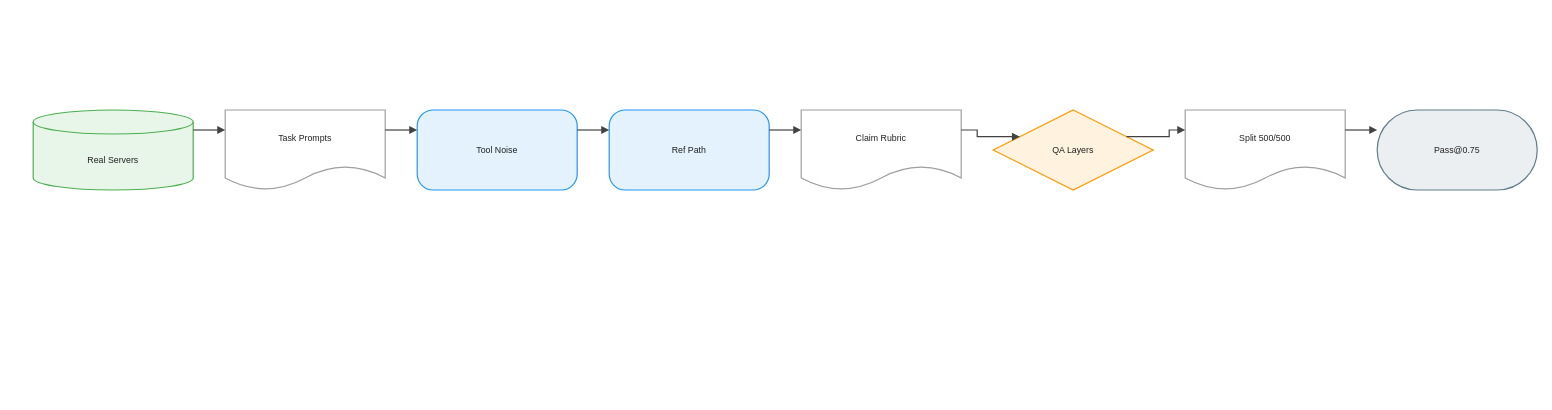
joe1chief/benchmark-hub keeps this draw.io diagram as client/public/drawio/MCP-Atlas/MCP-Atlas.en.drawio. Above is the earlier version. Source tidied: cells renumbered, new cells numbered last; positions are measured from the earlier drawing's top-left corner, leaving out a move shared by most shapes. Both pictures are drawn from the tidied source at 80%, with x=0, y=0 at pixel (33, 110).
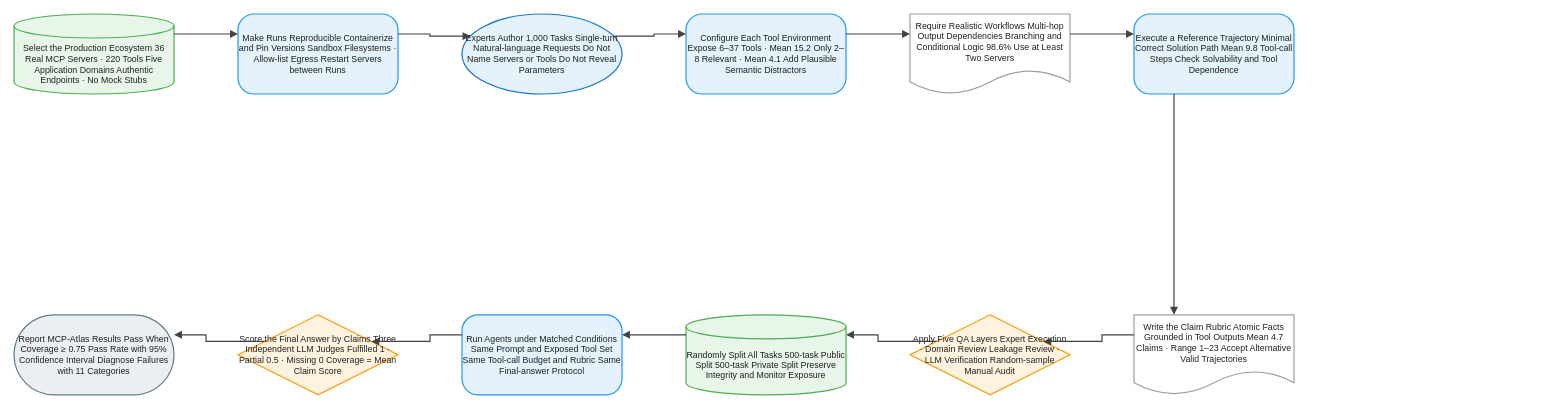
Above is the later version.

The edit, as a diff of the source:
```diff
@@
-    <mxCell id="2" value="Real Servers" style="shape=cylinder3;boundedLbl=1;backgroundOutline=1;size=15;html=1;whiteSpace=wrap;fillColor=#E8F5E9;strokeColor=#4CAF50;strokeWidth=1.5;fontColor=#212121;fontSize=11;fontFamily=Arial, Helvetica, sans-serif;verticalAlign=middle;align=center;" parent="1" vertex="1">
-      <mxGeometry width="200" height="100" as="geometry" />
+    <mxCell id="2" value="Select the Production Ecosystem 36 Real MCP Servers · 220 Tools Five Application Domains Authentic Endpoints · No Mock Stubs" style="shape=cylinder3;boundedLbl=1;backgroundOutline=1;size=15;html=1;whiteSpace=wrap;fillColor=#E8F5E9;strokeColor=#4CAF50;strokeWidth=1.5;fontColor=#212121;fontSize=11;fontFamily=Arial, Helvetica, sans-serif;verticalAlign=middle;align=center;" parent="1" vertex="1">
+      <mxGeometry x="-24" y="-120" width="200" height="100" as="geometry" />
     </mxCell>
-    <mxCell id="3" value="Task Prompts" style="shape=document;boundedLbl=1;html=1;whiteSpace=wrap;fillColor=#FFFFFF;strokeColor=#9E9E9E;strokeWidth=1.5;fontColor=#212121;fontSize=11;fontFamily=Arial, Helvetica, sans-serif;verticalAlign=middle;align=center;" parent="1" vertex="1">
-      <mxGeometry x="240" width="200" height="100" as="geometry" />
+    <mxCell id="3" value="Make Runs Reproducible Containerize and Pin Versions Sandbox Filesystems · Allow-list Egress Restart Servers between Runs" style="rounded=1;arcSize=20;html=1;whiteSpace=wrap;fillColor=#E3F2FD;strokeColor=#2196F3;strokeWidth=1.5;fontColor=#212121;fontSize=11;fontFamily=Arial, Helvetica, sans-serif;verticalAlign=middle;align=center;" parent="1" vertex="1">
+      <mxGeometry x="256" y="-120" width="200" height="100" as="geometry" />
     </mxCell>
-    <mxCell id="4" value="Tool Noise" style="rounded=1;arcSize=20;html=1;whiteSpace=wrap;fillColor=#E3F2FD;strokeColor=#2196F3;strokeWidth=1.5;fontColor=#212121;fontSize=11;fontFamily=Arial, Helvetica, sans-serif;verticalAlign=middle;align=center;" parent="1" vertex="1">
-      <mxGeometry x="480" width="200" height="100" as="geometry" />
+    <mxCell id="4" value="Experts Author 1,000 Tasks Single-turn Natural-language Requests Do Not Name Servers or Tools Do Not Reveal Parameters" style="ellipse;html=1;whiteSpace=wrap;fillColor=#E3F2FD;strokeColor=#1976D2;strokeWidth=1.5;fontColor=#212121;fontSize=11;fontFamily=Arial, Helvetica, sans-serif;verticalAlign=middle;align=center;" parent="1" vertex="1">
+      <mxGeometry x="536" y="-120" width="200" height="100" as="geometry" />
     </mxCell>
-    <mxCell id="5" value="Ref Path" style="rounded=1;arcSize=20;html=1;whiteSpace=wrap;fillColor=#E3F2FD;strokeColor=#2196F3;strokeWidth=1.5;fontColor=#212121;fontSize=11;fontFamily=Arial, Helvetica, sans-serif;verticalAlign=middle;align=center;" parent="1" vertex="1">
-      <mxGeometry x="720" width="200" height="100" as="geometry" />
+    <mxCell id="5" value="Configure Each Tool Environment Expose 6–37 Tools · Mean 15.2 Only 2–8 Relevant · Mean 4.1 Add Plausible Semantic Distractors" style="rounded=1;arcSize=20;html=1;whiteSpace=wrap;fillColor=#E3F2FD;strokeColor=#2196F3;strokeWidth=1.5;fontColor=#212121;fontSize=11;fontFamily=Arial, Helvetica, sans-serif;verticalAlign=middle;align=center;" parent="1" vertex="1">
+      <mxGeometry x="816" y="-120" width="200" height="100" as="geometry" />
     </mxCell>
-    <mxCell id="6" value="Claim Rubric" style="shape=document;boundedLbl=1;html=1;whiteSpace=wrap;fillColor=#FFFFFF;strokeColor=#9E9E9E;strokeWidth=1.5;fontColor=#212121;fontSize=11;fontFamily=Arial, Helvetica, sans-serif;verticalAlign=middle;align=center;" parent="1" vertex="1">
-      <mxGeometry x="960" width="200" height="100" as="geometry" />
+    <mxCell id="6" value="Require Realistic Workflows Multi-hop Output Dependencies Branching and Conditional Logic 98.6% Use at Least Two Servers" style="shape=document;boundedLbl=1;html=1;whiteSpace=wrap;fillColor=#FFFFFF;strokeColor=#9E9E9E;strokeWidth=1.5;fontColor=#212121;fontSize=11;fontFamily=Arial, Helvetica, sans-serif;verticalAlign=middle;align=center;" parent="1" vertex="1">
+      <mxGeometry x="1096" y="-120" width="200" height="100" as="geometry" />
     </mxCell>
-    <mxCell id="7" value="QA Layers" style="rhombus;html=1;whiteSpace=wrap;fillColor=#FFF3E0;strokeColor=#FF9800;strokeWidth=1.5;fontColor=#212121;fontSize=11;fontFamily=Arial, Helvetica, sans-serif;verticalAlign=middle;align=center;" parent="1" vertex="1">
-      <mxGeometry x="1200" width="200" height="100" as="geometry" />
+    <mxCell id="7" value="Execute a Reference Trajectory Minimal Correct Solution Path Mean 9.8 Tool-call Steps Check Solvability and Tool Dependence" style="rounded=1;arcSize=20;html=1;whiteSpace=wrap;fillColor=#E3F2FD;strokeColor=#2196F3;strokeWidth=1.5;fontColor=#212121;fontSize=11;fontFamily=Arial, Helvetica, sans-serif;verticalAlign=middle;align=center;" parent="1" vertex="1">
+      <mxGeometry x="1376" y="-120" width="200" height="100" as="geometry" />
     </mxCell>
-    <mxCell id="8" value="Split 500/500" style="shape=document;boundedLbl=1;html=1;whiteSpace=wrap;fillColor=#FFFFFF;strokeColor=#9E9E9E;strokeWidth=1.5;fontColor=#212121;fontSize=11;fontFamily=Arial, Helvetica, sans-serif;verticalAlign=middle;align=center;" parent="1" vertex="1">
-      <mxGeometry x="1440" width="200" height="100" as="geometry" />
+    <mxCell id="8" value="Write the Claim Rubric Atomic Facts Grounded in Tool Outputs Mean 4.7 Claims · Range 1–23 Accept Alternative Valid Trajectories" style="shape=document;boundedLbl=1;html=1;whiteSpace=wrap;fillColor=#FFFFFF;strokeColor=#9E9E9E;strokeWidth=1.5;fontColor=#212121;fontSize=11;fontFamily=Arial, Helvetica, sans-serif;verticalAlign=middle;align=center;" parent="1" vertex="1">
+      <mxGeometry x="1376" y="256" width="200" height="100" as="geometry" />
     </mxCell>
-    <mxCell id="9" value="Pass@0.75" style="rounded=1;arcSize=50;html=1;whiteSpace=wrap;fillColor=#ECEFF1;strokeColor=#607D8B;strokeWidth=1.5;fontColor=#212121;fontSize=11;fontFamily=Arial, Helvetica, sans-serif;verticalAlign=middle;align=center;" parent="1" vertex="1">
-      <mxGeometry x="1680" width="200" height="100" as="geometry" />
+    <mxCell id="9" value="Apply Five QA Layers Expert Execution · Domain Review Leakage Review · LLM Verification Random-sample Manual Audit" style="rhombus;html=1;whiteSpace=wrap;fillColor=#FFF3E0;strokeColor=#FF9800;strokeWidth=1.5;fontColor=#212121;fontSize=11;fontFamily=Arial, Helvetica, sans-serif;verticalAlign=middle;align=center;" parent="1" vertex="1">
+      <mxGeometry x="1096" y="256" width="200" height="100" as="geometry" />
     </mxCell>
-    <mxCell id="10" style="edgeStyle=orthogonalEdgeStyle;rounded=0;jettySize=auto;html=1;strokeColor=#424242;strokeWidth=1.5;endArrow=block;endFill=1;exitX=1;exitY=0.25;exitDx=0;exitDy=0;entryX=0;entryY=0.25;entryDx=0;entryDy=0;jumpStyle=arc;jumpSize=8;" parent="1" edge="1" source="2" target="3">
-      <mxGeometry relative="1" as="geometry" />
+    <mxCell id="10" value="Randomly Split All Tasks 500-task Public Split 500-task Private Split Preserve Integrity and Monitor Exposure" style="shape=cylinder3;boundedLbl=1;backgroundOutline=1;size=15;html=1;whiteSpace=wrap;fillColor=#E8F5E9;strokeColor=#4CAF50;strokeWidth=1.5;fontColor=#212121;fontSize=11;fontFamily=Arial, Helvetica, sans-serif;verticalAlign=middle;align=center;" parent="1" vertex="1">
+      <mxGeometry x="816" y="256" width="200" height="100" as="geometry" />
     </mxCell>
-    <mxCell id="11" style="edgeStyle=orthogonalEdgeStyle;rounded=0;jettySize=auto;html=1;strokeColor=#424242;strokeWidth=1.5;endArrow=block;endFill=1;exitX=1;exitY=0.25;exitDx=0;exitDy=0;entryX=0;entryY=0.25;entryDx=0;entryDy=0;jumpStyle=arc;jumpSize=8;" parent="1" edge="1" source="3" target="4">
-      <mxGeometry relative="1" as="geometry" />
+    <mxCell id="11" value="Run Agents under Matched Conditions Same Prompt and Exposed Tool Set Same Tool-call Budget and Rubric Same Final-answer Protocol" style="rounded=1;arcSize=20;html=1;whiteSpace=wrap;fillColor=#E3F2FD;strokeColor=#2196F3;strokeWidth=1.5;fontColor=#212121;fontSize=11;fontFamily=Arial, Helvetica, sans-serif;verticalAlign=middle;align=center;" parent="1" vertex="1">
+      <mxGeometry x="536" y="256" width="200" height="100" as="geometry" />
     </mxCell>
-    <mxCell id="12" style="edgeStyle=orthogonalEdgeStyle;rounded=0;jettySize=auto;html=1;strokeColor=#424242;strokeWidth=1.5;endArrow=block;endFill=1;exitX=1;exitY=0.25;exitDx=0;exitDy=0;entryX=0;entryY=0.25;entryDx=0;entryDy=0;jumpStyle=arc;jumpSize=8;" parent="1" edge="1" source="4" target="5">
-      <mxGeometry relative="1" as="geometry" />
+    <mxCell id="12" value="Score the Final Answer by Claims Three Independent LLM Judges Fulfilled 1 · Partial 0.5 · Missing 0 Coverage = Mean Claim Score" style="rhombus;html=1;whiteSpace=wrap;fillColor=#FFF3E0;strokeColor=#FF9800;strokeWidth=1.5;fontColor=#212121;fontSize=11;fontFamily=Arial, Helvetica, sans-serif;verticalAlign=middle;align=center;" parent="1" vertex="1">
+      <mxGeometry x="256" y="256" width="200" height="100" as="geometry" />
     </mxCell>
-    <mxCell id="13" style="edgeStyle=orthogonalEdgeStyle;rounded=0;jettySize=auto;html=1;strokeColor=#424242;strokeWidth=1.5;endArrow=block;endFill=1;exitX=1;exitY=0.25;exitDx=0;exitDy=0;entryX=0;entryY=0.25;entryDx=0;entryDy=0;jumpStyle=arc;jumpSize=8;" parent="1" edge="1" source="5" target="6">
-      <mxGeometry relative="1" as="geometry" />
+    <mxCell id="13" value="Report MCP-Atlas Results Pass When Coverage ≥ 0.75 Pass Rate with 95% Confidence Interval Diagnose Failures with 11 Categories" style="rounded=1;arcSize=50;html=1;whiteSpace=wrap;fillColor=#ECEFF1;strokeColor=#607D8B;strokeWidth=1.5;fontColor=#212121;fontSize=11;fontFamily=Arial, Helvetica, sans-serif;verticalAlign=middle;align=center;" parent="1" vertex="1">
+      <mxGeometry x="-24" y="256" width="200" height="100" as="geometry" />
     </mxCell>
-    <mxCell id="14" style="edgeStyle=orthogonalEdgeStyle;rounded=0;jettySize=auto;html=1;strokeColor=#424242;strokeWidth=1.5;endArrow=block;endFill=1;exitX=1;exitY=0.25;exitDx=0;exitDy=0;entryX=0;entryY=0.25;entryDx=0;entryDy=0;jumpStyle=arc;jumpSize=8;" parent="1" edge="1" source="6" target="7">
+    <mxCell id="14" style="edgeStyle=orthogonalEdgeStyle;rounded=0;jettySize=auto;html=1;strokeColor=#424242;strokeWidth=1.5;endArrow=block;endFill=1;exitX=1;exitY=0.25;exitDx=0;exitDy=0;entryX=0;entryY=0.25;entryDx=0;entryDy=0;jumpStyle=arc;jumpSize=8;" parent="1" edge="1" source="2" target="3">
       <mxGeometry relative="1" as="geometry" />
     </mxCell>
-    <mxCell id="15" style="edgeStyle=orthogonalEdgeStyle;rounded=0;jettySize=auto;html=1;strokeColor=#424242;strokeWidth=1.5;endArrow=block;endFill=1;exitX=1;exitY=0.25;exitDx=0;exitDy=0;entryX=0;entryY=0.25;entryDx=0;entryDy=0;jumpStyle=arc;jumpSize=8;" parent="1" edge="1" source="7" target="8">
+    <mxCell id="15" style="edgeStyle=orthogonalEdgeStyle;rounded=0;jettySize=auto;html=1;strokeColor=#424242;strokeWidth=1.5;endArrow=block;endFill=1;exitX=1;exitY=0.25;exitDx=0;exitDy=0;entryX=0;entryY=0.25;entryDx=0;entryDy=0;jumpStyle=arc;jumpSize=8;" parent="1" edge="1" source="3" target="4">
       <mxGeometry relative="1" as="geometry" />
     </mxCell>
-    <mxCell id="16" style="edgeStyle=orthogonalEdgeStyle;rounded=0;jettySize=auto;html=1;strokeColor=#424242;strokeWidth=1.5;endArrow=block;endFill=1;exitX=1;exitY=0.25;exitDx=0;exitDy=0;entryX=0;entryY=0.25;entryDx=0;entryDy=0;jumpStyle=arc;jumpSize=8;" parent="1" edge="1" source="8" target="9">
+    <mxCell id="16" style="edgeStyle=orthogonalEdgeStyle;rounded=0;jettySize=auto;html=1;strokeColor=#424242;strokeWidth=1.5;endArrow=block;endFill=1;exitX=1;exitY=0.25;exitDx=0;exitDy=0;entryX=0;entryY=0.25;entryDx=0;entryDy=0;jumpStyle=arc;jumpSize=8;" parent="1" edge="1" source="4" target="5">
       <mxGeometry relative="1" as="geometry" />
     </mxCell>
+    <mxCell id="17" style="edgeStyle=orthogonalEdgeStyle;rounded=0;jettySize=auto;html=1;strokeColor=#424242;strokeWidth=1.5;endArrow=block;endFill=1;exitX=1;exitY=0.25;exitDx=0;exitDy=0;entryX=0;entryY=0.25;entryDx=0;entryDy=0;jumpStyle=arc;jumpSize=8;" parent="1" edge="1" source="5" target="6">
+      <mxGeometry relative="1" as="geometry" />
+    </mxCell>
+    <mxCell id="18" style="edgeStyle=orthogonalEdgeStyle;rounded=0;jettySize=auto;html=1;strokeColor=#424242;strokeWidth=1.5;endArrow=block;endFill=1;exitX=1;exitY=0.25;exitDx=0;exitDy=0;entryX=0;entryY=0.25;entryDx=0;entryDy=0;jumpStyle=arc;jumpSize=8;" parent="1" edge="1" source="6" target="7">
+      <mxGeometry relative="1" as="geometry" />
+    </mxCell>
+    <mxCell id="19" style="edgeStyle=orthogonalEdgeStyle;rounded=0;jettySize=auto;html=1;strokeColor=#424242;strokeWidth=1.5;endArrow=block;endFill=1;exitX=0.25;exitY=1;exitDx=0;exitDy=0;entryX=0.25;entryY=0;entryDx=0;entryDy=0;jumpStyle=arc;jumpSize=8;" parent="1" edge="1" source="7" target="8">
+      <mxGeometry relative="1" as="geometry" />
+    </mxCell>
+    <mxCell id="20" style="edgeStyle=orthogonalEdgeStyle;rounded=0;jettySize=auto;html=1;strokeColor=#424242;strokeWidth=1.5;endArrow=block;endFill=1;exitX=0;exitY=0.25;exitDx=0;exitDy=0;entryX=1;entryY=0.25;entryDx=0;entryDy=0;jumpStyle=arc;jumpSize=8;" parent="1" edge="1" source="8" target="9">
+      <mxGeometry relative="1" as="geometry" />
+    </mxCell>
+    <mxCell id="21" style="edgeStyle=orthogonalEdgeStyle;rounded=0;jettySize=auto;html=1;strokeColor=#424242;strokeWidth=1.5;endArrow=block;endFill=1;exitX=0;exitY=0.25;exitDx=0;exitDy=0;entryX=1;entryY=0.25;entryDx=0;entryDy=0;jumpStyle=arc;jumpSize=8;" parent="1" edge="1" source="9" target="10">
+      <mxGeometry relative="1" as="geometry" />
+    </mxCell>
+    <mxCell id="22" style="edgeStyle=orthogonalEdgeStyle;rounded=0;jettySize=auto;html=1;strokeColor=#424242;strokeWidth=1.5;endArrow=block;endFill=1;exitX=0;exitY=0.25;exitDx=0;exitDy=0;entryX=1;entryY=0.25;entryDx=0;entryDy=0;jumpStyle=arc;jumpSize=8;" parent="1" edge="1" source="10" target="11">
+      <mxGeometry relative="1" as="geometry" />
+    </mxCell>
+    <mxCell id="23" style="edgeStyle=orthogonalEdgeStyle;rounded=0;jettySize=auto;html=1;strokeColor=#424242;strokeWidth=1.5;endArrow=block;endFill=1;exitX=0;exitY=0.25;exitDx=0;exitDy=0;entryX=1;entryY=0.25;entryDx=0;entryDy=0;jumpStyle=arc;jumpSize=8;" parent="1" edge="1" source="11" target="12">
+      <mxGeometry relative="1" as="geometry" />
+    </mxCell>
+    <mxCell id="24" style="edgeStyle=orthogonalEdgeStyle;rounded=0;jettySize=auto;html=1;strokeColor=#424242;strokeWidth=1.5;endArrow=block;endFill=1;exitX=0;exitY=0.25;exitDx=0;exitDy=0;entryX=1;entryY=0.25;entryDx=0;entryDy=0;jumpStyle=arc;jumpSize=8;" parent="1" edge="1" source="12" target="13">
+      <mxGeometry relative="1" as="geometry" />
+    </mxCell>
```
